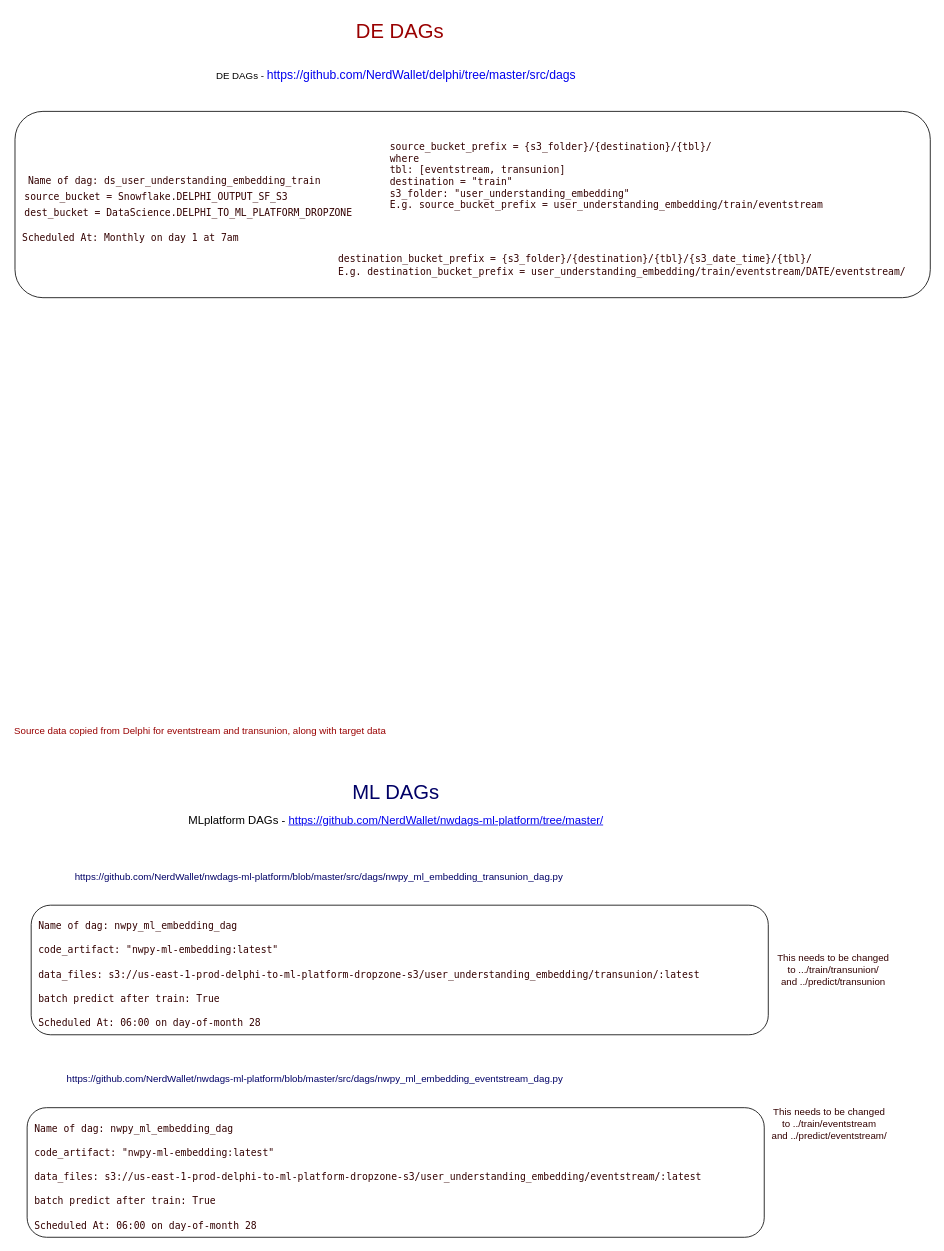
Above: production_dags.drawio in sjster/draw.io (draw.io), before the change. Source tidied: cells renumbered, new cells numbered last; positions are measured from the earlier drawing's top-left corner, leaving out a move shared by most shapes. Both pictures are drawn from the tidied source at 81%, with x=0, y=0 at pixel (15, 14).
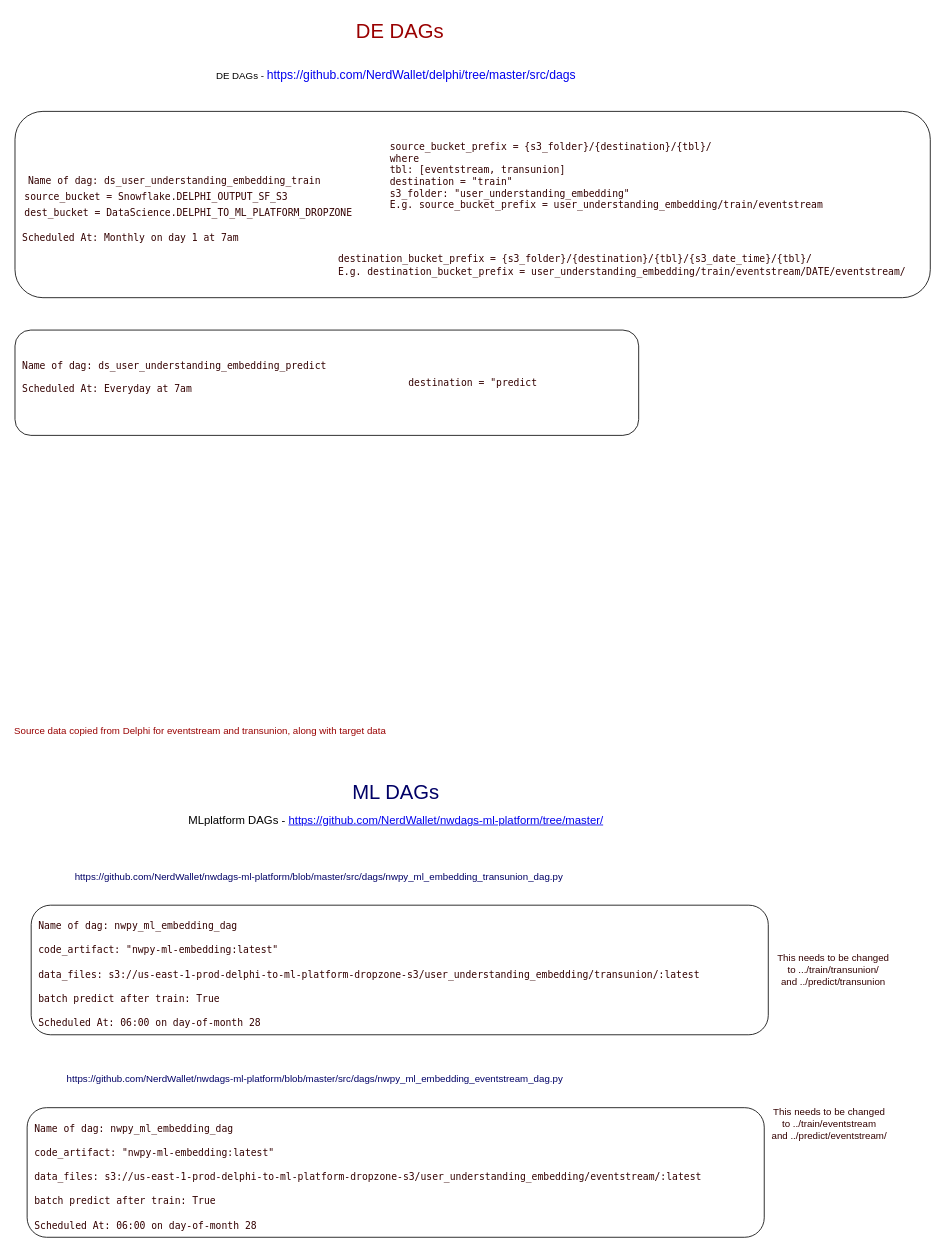
The same diagram, later.

Commit message:
Embedding predict updated

Diff of the diagram source:
```diff
@@
+    <mxCell id="17" value="&lt;div style=&quot;&quot;&gt;&lt;span style=&quot;caret-color: rgb(139, 148, 158); font-family: ui-monospace, SFMono-Regular, &amp;quot;SF Mono&amp;quot;, Menlo, Consolas, &amp;quot;Liberation Mono&amp;quot;, monospace;&quot;&gt;&amp;nbsp;&lt;/span&gt;&lt;font style=&quot;background-color: initial; font-family: ui-monospace, SFMono-Regular, &amp;quot;SF Mono&amp;quot;, Menlo, Consolas, &amp;quot;Liberation Mono&amp;quot;, monospace; caret-color: rgb(165, 214, 255);&quot; color=&quot;#330000&quot;&gt;Name of dag:&amp;nbsp;&lt;/font&gt;&lt;span style=&quot;background-color: initial; color: rgb(0, 0, 102); font-family: ui-monospace, SFMono-Regular, &amp;quot;SF Mono&amp;quot;, Menlo, Consolas, &amp;quot;Liberation Mono&amp;quot;, monospace; caret-color: rgb(165, 214, 255); text-size-adjust: auto;&quot;&gt;&lt;font color=&quot;#330000&quot;&gt;ds_user_understanding_embedding_predict&lt;/font&gt;&lt;/span&gt;&lt;br&gt;&lt;/div&gt;&lt;div style=&quot;&quot;&gt;&lt;span style=&quot;background-color: initial; color: rgb(0, 0, 102); font-family: ui-monospace, SFMono-Regular, &amp;quot;SF Mono&amp;quot;, Menlo, Consolas, &amp;quot;Liberation Mono&amp;quot;, monospace; caret-color: rgb(165, 214, 255); text-size-adjust: auto;&quot;&gt;&lt;font color=&quot;#330000&quot;&gt;&lt;br&gt;&lt;/font&gt;&lt;/span&gt;&lt;/div&gt;&lt;span style=&quot;text-align: center; color: rgb(0, 0, 102); font-family: ui-monospace, SFMono-Regular, &amp;quot;SF Mono&amp;quot;, Menlo, Consolas, &amp;quot;Liberation Mono&amp;quot;, monospace; caret-color: rgb(165, 214, 255); text-size-adjust: auto;&quot;&gt;&lt;/span&gt;&lt;span style=&quot;color: rgb(0, 0, 102); font-family: ui-monospace, SFMono-Regular, &amp;quot;SF Mono&amp;quot;, Menlo, Consolas, &amp;quot;Liberation Mono&amp;quot;, monospace; font-size: 12px; font-style: normal; font-variant-ligatures: normal; font-variant-caps: normal; font-weight: 400; letter-spacing: normal; orphans: 2; text-indent: 0px; text-transform: none; widows: 2; word-spacing: 0px; -webkit-text-stroke-width: 0px; caret-color: rgb(165, 214, 255); background-color: rgb(248, 249, 250); text-decoration-thickness: initial; text-decoration-style: initial; text-decoration-color: initial; text-size-adjust: auto;&quot;&gt;&lt;span style=&quot;color: rgb(51, 0, 0); caret-color: rgb(139, 148, 158); text-size-adjust: auto;&quot;&gt;&lt;div style=&quot;&quot;&gt;&lt;span style=&quot;text-size-adjust: auto;&quot;&gt;&amp;nbsp;Scheduled At:&amp;nbsp;&lt;/span&gt;&lt;span style=&quot;text-size-adjust: auto;&quot;&gt;Everyday at 7am&amp;nbsp;&lt;/span&gt;&lt;/div&gt;&lt;/span&gt;&lt;/span&gt;&lt;font face=&quot;ui-monospace, SFMono-Regular, SF Mono, Menlo, Consolas, Liberation Mono, monospace&quot; style=&quot;orphans: 2; text-indent: 0px; widows: 2; background-color: rgb(248, 249, 250); text-decoration-thickness: initial; text-decoration-style: initial; text-decoration-color: initial;&quot;&gt;&lt;div style=&quot;caret-color: rgb(165, 214, 255);&quot;&gt;&lt;br&gt;&lt;/div&gt;&lt;/font&gt;" style="rounded=1;whiteSpace=wrap;html=1;labelBackgroundColor=none;fontSize=12;fontColor=#330000;align=left;" parent="1" vertex="1">
+      <mxGeometry y="390" width="770" height="130" as="geometry" />
+    </mxCell>
+    <mxCell id="18" value="&lt;span style=&quot;font-family: ui-monospace, SFMono-Regular, &amp;quot;SF Mono&amp;quot;, Menlo, Consolas, &amp;quot;Liberation Mono&amp;quot;, monospace; box-sizing: border-box; text-size-adjust: auto;&quot; class=&quot;pl-s1&quot;&gt;&lt;div style=&quot;text-align: left;&quot;&gt;&lt;span style=&quot;caret-color: rgb(201, 209, 217); background-color: initial; box-sizing: border-box; text-size-adjust: auto;&quot; class=&quot;pl-s1&quot;&gt;destination&lt;/span&gt;&lt;span style=&quot;caret-color: rgb(201, 209, 217); background-color: initial; text-size-adjust: auto;&quot;&gt;&amp;nbsp;&lt;/span&gt;&lt;span style=&quot;caret-color: rgb(165, 214, 255); background-color: initial; box-sizing: border-box; text-size-adjust: auto;&quot; class=&quot;pl-c1&quot;&gt;=&lt;/span&gt;&lt;span style=&quot;background-color: initial; text-size-adjust: auto;&quot;&gt;&lt;span style=&quot;caret-color: rgb(201, 209, 217);&quot;&gt;&amp;nbsp;&lt;/span&gt;&lt;span style=&quot;caret-color: rgb(165, 214, 255);&quot;&gt;&quot;predict&lt;/span&gt;&lt;/span&gt;&lt;/div&gt;&lt;/span&gt;&lt;span style=&quot;font-family: ui-monospace, SFMono-Regular, &amp;quot;SF Mono&amp;quot;, Menlo, Consolas, &amp;quot;Liberation Mono&amp;quot;, monospace; caret-color: rgb(165, 214, 255); box-sizing: border-box; text-size-adjust: auto;&quot; class=&quot;pl-s&quot;&gt;&lt;/span&gt;" style="text;html=1;align=center;verticalAlign=middle;strokeColor=none;fillColor=none;fontSize=12;fontColor=#330000;" parent="1" vertex="1">
+      <mxGeometry x="475" y="440" width="180" height="30" as="geometry" />
+    </mxCell>
```
